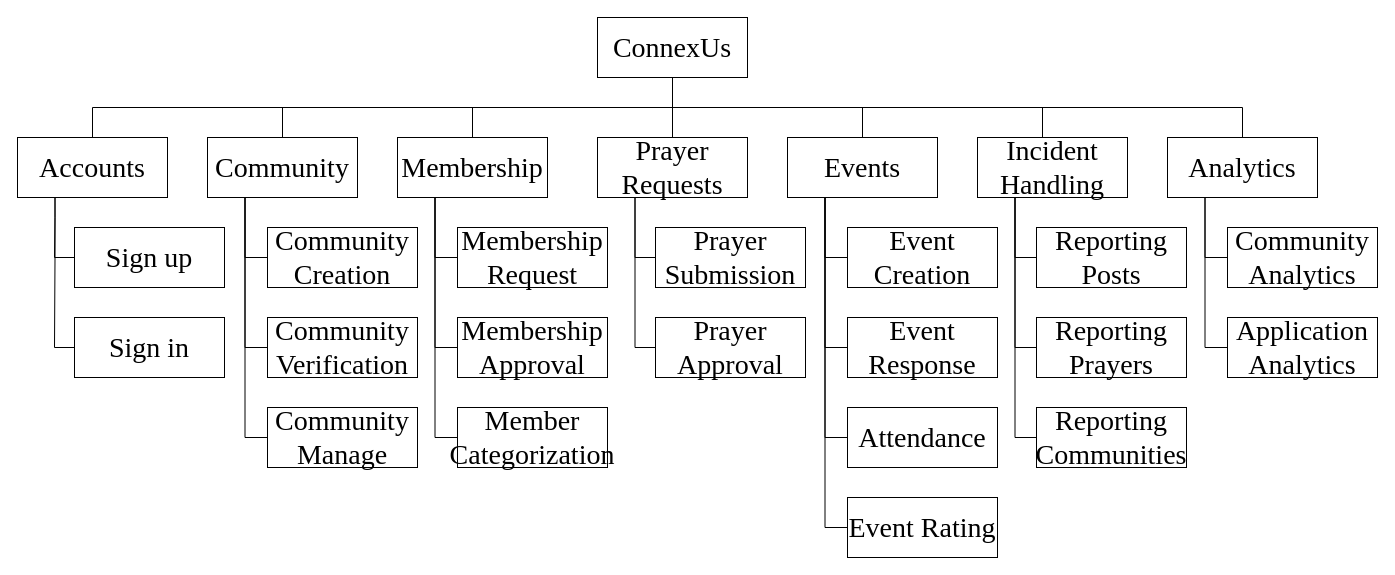
gvillanueva01/ConnexUs_diagrams keeps this draw.io diagram as page "DecompositionVer2" (3 of 12) of ConnexUs_Chap3.drawio. Above is the earlier version. Source tidied: cells renumbered, new cells numbered last; positions are measured from the earlier drawing's top-left corner, leaving out a move shared by most shapes. Both pictures are drawn from the tidied source at 100%, with x=0, y=0 at pixel (17, 17).
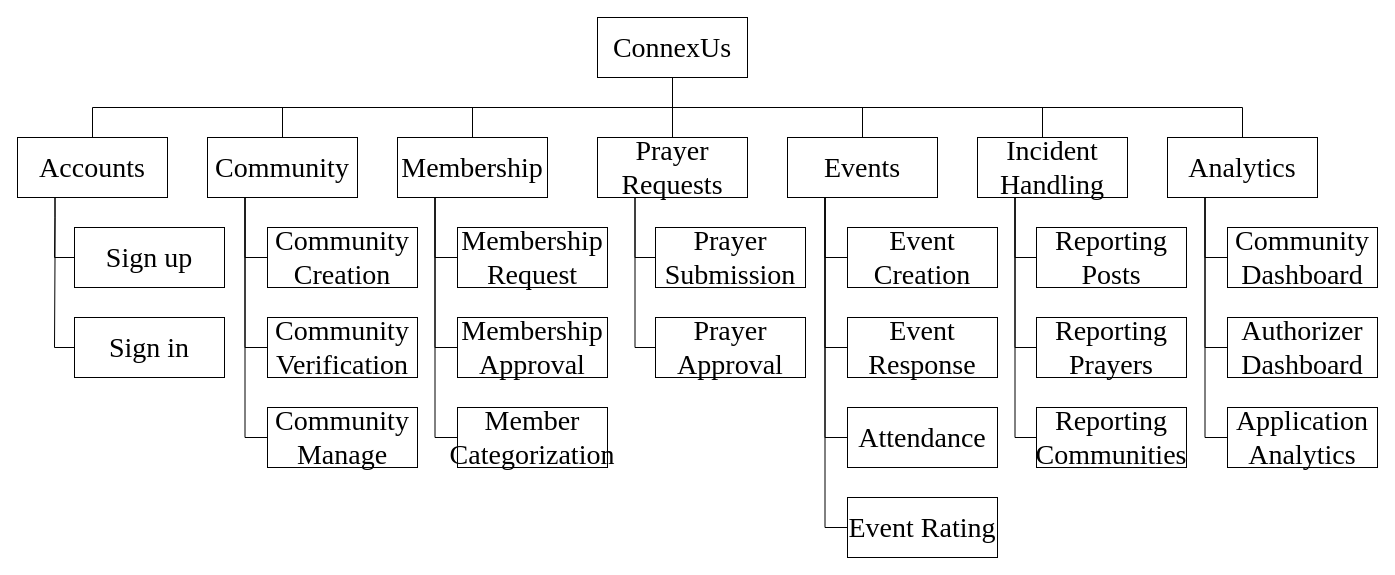
Above is the later version.

The change refers to these unchanged cells:
```xml
<mxCell id="52" value="Analytics" style="rounded=0;whiteSpace=wrap;html=1;fontFamily=Times New Roman;fontSize=28;" parent="1" vertex="1">
  <mxGeometry x="1150" y="120" width="150" height="60" as="geometry" />
</mxCell>
```

The edit, as a diff of the source:
```diff
@@
+    <mxCell id="55" style="edgeStyle=orthogonalEdgeStyle;rounded=0;jettySize=auto;html=1;exitX=0.25;exitY=1;exitDx=0;exitDy=0;entryX=0;entryY=0.5;entryDx=0;entryDy=0;endArrow=none;endFill=0;" parent="1" edge="1" source="52" target="56">
+      <mxGeometry relative="1" as="geometry" />
+    </mxCell>
@@
-    <mxCell id="53" value="Community Analytics" style="rounded=0;whiteSpace=wrap;html=1;fontFamily=Times New Roman;fontSize=28;" parent="1" vertex="1">
+    <mxCell id="53" value="Community Dashboard" style="rounded=0;whiteSpace=wrap;html=1;fontFamily=Times New Roman;fontSize=28;" parent="1" vertex="1">
       <mxGeometry x="1210" y="210" width="150" height="60" as="geometry" />
     </mxCell>
-    <mxCell id="54" value="Application Analytics" style="rounded=0;whiteSpace=wrap;html=1;fontFamily=Times New Roman;fontSize=28;" parent="1" vertex="1">
+    <mxCell id="54" value="Authorizer Dashboard" style="rounded=0;whiteSpace=wrap;html=1;fontFamily=Times New Roman;fontSize=28;" parent="1" vertex="1">
       <mxGeometry x="1210" y="300" width="150" height="60" as="geometry" />
     </mxCell>
+    <mxCell id="56" value="Application Analytics" style="rounded=0;whiteSpace=wrap;html=1;fontFamily=Times New Roman;fontSize=28;" parent="1" vertex="1">
+      <mxGeometry x="1210" y="390" width="150" height="60" as="geometry" />
+    </mxCell>
```
